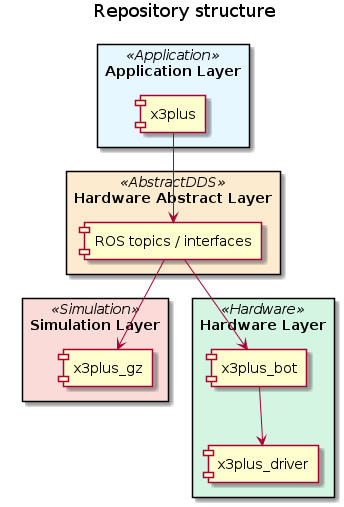
Above: docs/00-General/images/repos_structure.png in cord-burmeister/x3plus_docs (PlantUML), before the change.
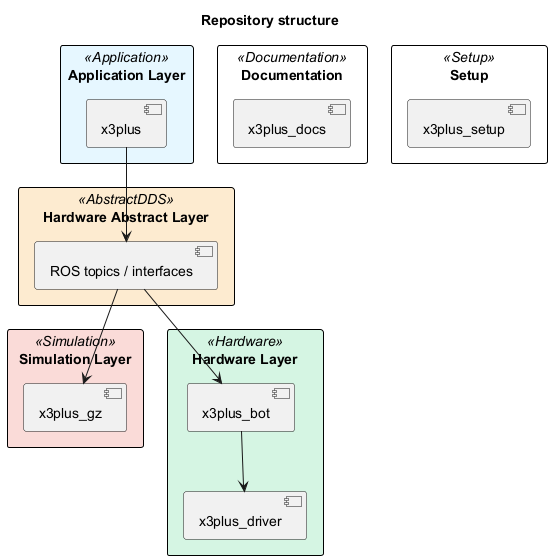
After the commit.

Change to the diagram source:
```diff
@@ -27,6 +27,14 @@
   [x3plus_driver]
 }
 
+rectangle "Documentation" <<Documentation>> {
+  [x3plus_docs]
+}
+
+rectangle "Setup" <<Setup>> {
+  [x3plus_setup]
+}
+
 [x3plus] -down-> [ROS topics / interfaces]
 
 [ROS topics / interfaces] -down-> [x3plus_gz]
```
